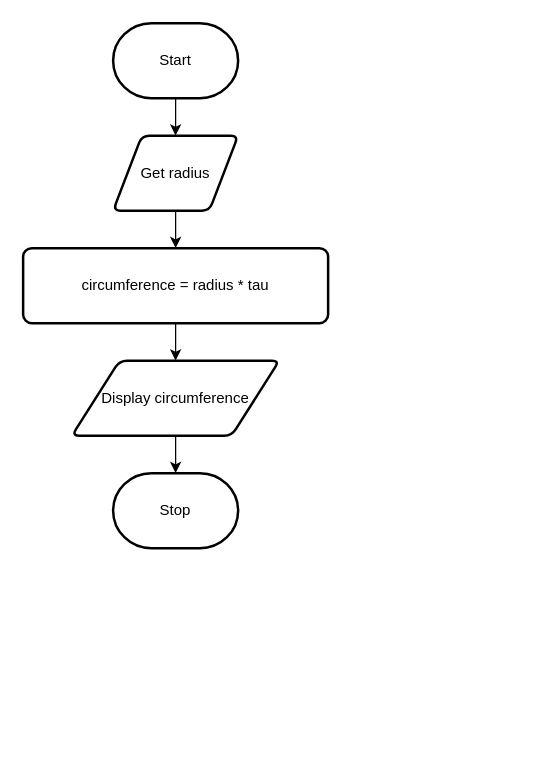
Above: page "Flowchart" (2 of 2) of design.drawio in Samuel-Webster-178/ICS3U-Unit3-Unit3-02-Python (draw.io), before the change. Source tidied: cells renumbered, new cells numbered last; positions are measured from the earlier drawing's top-left corner, leaving out a move shared by most shapes. Both pictures are drawn from the tidied source at 125%, with x=0, y=0 at pixel (22, 22).
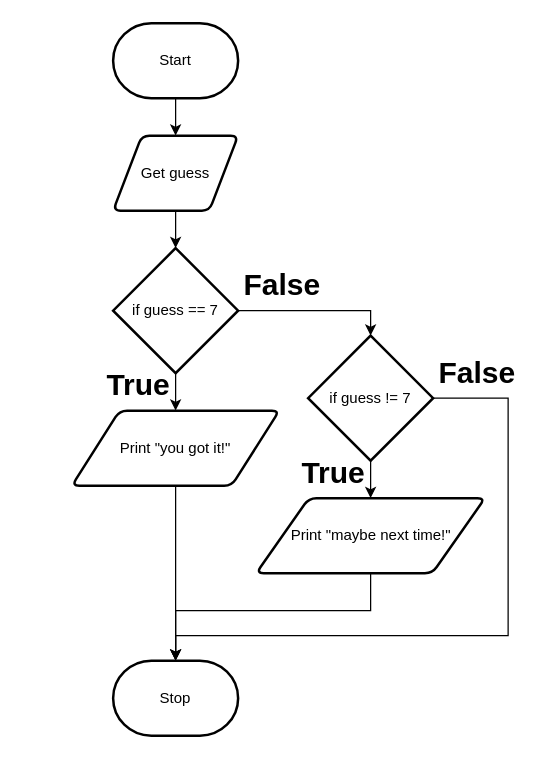
The same diagram, later.

Change to the diagram source:
```diff
@@
-    <mxCell id="4" style="edgeStyle=none;html=1;" parent="1" edge="1" source="5" target="7">
-      <mxGeometry relative="1" as="geometry" />
+    <mxCell id="4" style="edgeStyle=none;html=1;" parent="1" edge="1" source="5">
+      <mxGeometry relative="1" as="geometry">
+        <mxPoint x="122" y="180" as="targetPoint" />
+      </mxGeometry>
     </mxCell>
-    <mxCell id="5" value="Get radius" style="shape=parallelogram;html=1;strokeWidth=2;perimeter=parallelogramPerimeter;whiteSpace=wrap;rounded=1;arcSize=12;size=0.23;" parent="1" vertex="1">
+    <mxCell id="5" value="Get guess" style="shape=parallelogram;html=1;strokeWidth=2;perimeter=parallelogramPerimeter;whiteSpace=wrap;rounded=1;arcSize=12;size=0.23;" parent="1" vertex="1">
       <mxGeometry x="72" y="90" width="100" height="60" as="geometry" />
     </mxCell>
-    <mxCell id="6" style="edgeStyle=none;html=1;" parent="1" edge="1" source="7" target="9">
-      <mxGeometry relative="1" as="geometry" />
-    </mxCell>
-    <mxCell id="7" value="circumference = radius * tau" style="rounded=1;whiteSpace=wrap;html=1;absoluteArcSize=1;arcSize=14;strokeWidth=2;" parent="1" vertex="1">
-      <mxGeometry y="180" width="244" height="60" as="geometry" />
-    </mxCell>
@@
-    <mxCell id="9" value="Display circumference" style="shape=parallelogram;html=1;strokeWidth=2;perimeter=parallelogramPerimeter;whiteSpace=wrap;rounded=1;arcSize=12;size=0.23;" parent="1" vertex="1">
-      <mxGeometry x="39" y="270" width="166" height="60" as="geometry" />
+    <mxCell id="9" value="Print &quot;you got it!&quot;" style="shape=parallelogram;html=1;strokeWidth=2;perimeter=parallelogramPerimeter;whiteSpace=wrap;rounded=1;arcSize=12;size=0.23;" parent="1" vertex="1">
+      <mxGeometry x="39" y="310" width="166" height="60" as="geometry" />
     </mxCell>
     <mxCell id="10" value="Stop" style="strokeWidth=2;html=1;shape=mxgraph.flowchart.terminator;whiteSpace=wrap;" parent="1" vertex="1">
-      <mxGeometry x="72" y="360" width="100" height="60" as="geometry" />
+      <mxGeometry x="72" y="510" width="100" height="60" as="geometry" />
     </mxCell>
+    <mxCell id="11" style="edgeStyle=none;html=1;" parent="1" edge="1" source="13" target="9">
+      <mxGeometry relative="1" as="geometry" />
+    </mxCell>
+    <mxCell id="12" style="edgeStyle=orthogonalEdgeStyle;rounded=0;html=1;entryX=0.5;entryY=0;entryDx=0;entryDy=0;entryPerimeter=0;" parent="1" edge="1" source="13" target="18">
+      <mxGeometry relative="1" as="geometry" />
+    </mxCell>
+    <mxCell id="13" value="if guess == 7" style="strokeWidth=2;html=1;shape=mxgraph.flowchart.decision;whiteSpace=wrap;" parent="1" vertex="1">
+      <mxGeometry x="72" y="180" width="100" height="100" as="geometry" />
+    </mxCell>
+    <mxCell id="14" value="True" style="text;strokeColor=none;fillColor=none;html=1;fontSize=24;fontStyle=1;verticalAlign=middle;align=center;" parent="1" vertex="1">
+      <mxGeometry x="62" y="280" width="60" height="20" as="geometry" />
+    </mxCell>
+    <mxCell id="15" value="False" style="text;strokeColor=none;fillColor=none;html=1;fontSize=24;fontStyle=1;verticalAlign=middle;align=center;" parent="1" vertex="1">
+      <mxGeometry x="172" y="200" width="70" height="20" as="geometry" />
+    </mxCell>
+    <mxCell id="16" style="edgeStyle=orthogonalEdgeStyle;rounded=0;html=1;" parent="1" edge="1" source="18" target="20">
+      <mxGeometry relative="1" as="geometry" />
+    </mxCell>
+    <mxCell id="17" style="edgeStyle=orthogonalEdgeStyle;rounded=0;html=1;entryX=0.5;entryY=0;entryDx=0;entryDy=0;entryPerimeter=0;" parent="1" edge="1" source="18" target="10">
+      <mxGeometry relative="1" as="geometry">
+        <Array as="points">
+          <mxPoint x="388" y="300" />
+          <mxPoint x="388" y="490" />
+          <mxPoint x="122" y="490" />
+        </Array>
+      </mxGeometry>
+    </mxCell>
+    <mxCell id="18" value="if guess != 7" style="strokeWidth=2;html=1;shape=mxgraph.flowchart.decision;whiteSpace=wrap;" parent="1" vertex="1">
+      <mxGeometry x="228" y="250" width="100" height="100" as="geometry" />
+    </mxCell>
+    <mxCell id="19" style="edgeStyle=orthogonalEdgeStyle;rounded=0;html=1;entryX=0.5;entryY=0;entryDx=0;entryDy=0;entryPerimeter=0;" parent="1" edge="1" source="20" target="10">
+      <mxGeometry relative="1" as="geometry">
+        <Array as="points">
+          <mxPoint x="278" y="470" />
+          <mxPoint x="122" y="470" />
+        </Array>
+      </mxGeometry>
+    </mxCell>
+    <mxCell id="20" value="Print &quot;maybe next time!&quot;" style="shape=parallelogram;html=1;strokeWidth=2;perimeter=parallelogramPerimeter;whiteSpace=wrap;rounded=1;arcSize=12;size=0.23;" parent="1" vertex="1">
+      <mxGeometry x="186.5" y="380" width="183" height="60" as="geometry" />
+    </mxCell>
+    <mxCell id="21" value="True" style="text;strokeColor=none;fillColor=none;html=1;fontSize=24;fontStyle=1;verticalAlign=middle;align=center;" parent="1" vertex="1">
+      <mxGeometry x="218" y="350" width="60" height="20" as="geometry" />
+    </mxCell>
+    <mxCell id="22" value="False" style="text;strokeColor=none;fillColor=none;html=1;fontSize=24;fontStyle=1;verticalAlign=middle;align=center;" parent="1" vertex="1">
+      <mxGeometry x="328" y="270" width="70" height="20" as="geometry" />
+    </mxCell>
```
